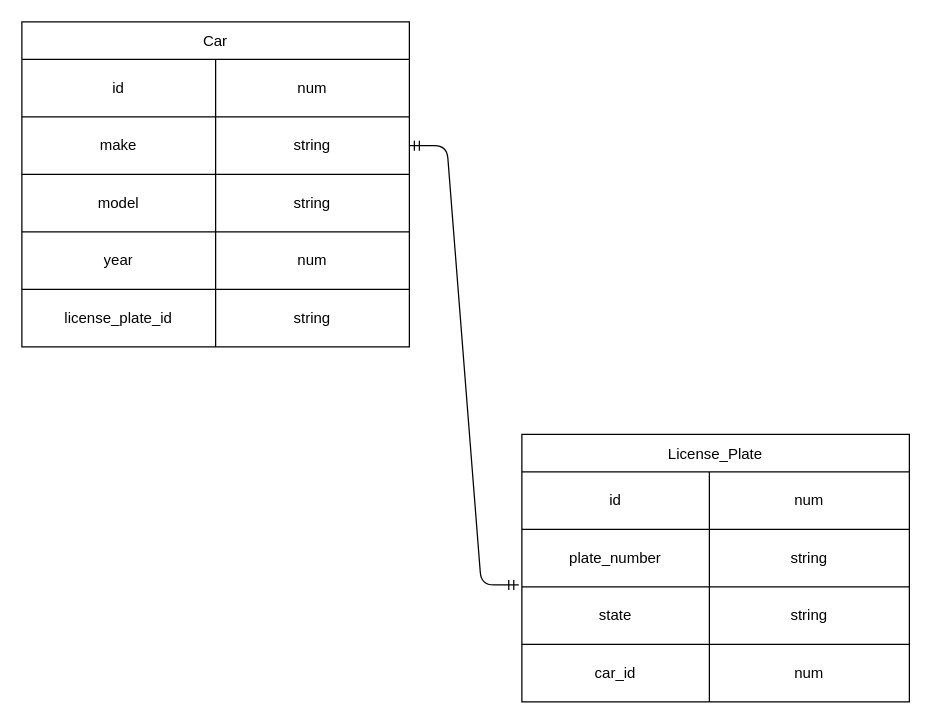
Before: exercises/class-6/Exercise-1.3.drawio in MichaelAI0/CodeLabs_Backend_Exercise_Notes_2023, a draw.io diagram. Source tidied: cells renumbered, new cells numbered last; positions are measured from the earlier drawing's top-left corner, leaving out a move shared by most shapes. Both pictures are drawn from the tidied source at 125%, with x=0, y=0 at pixel (21, 21).
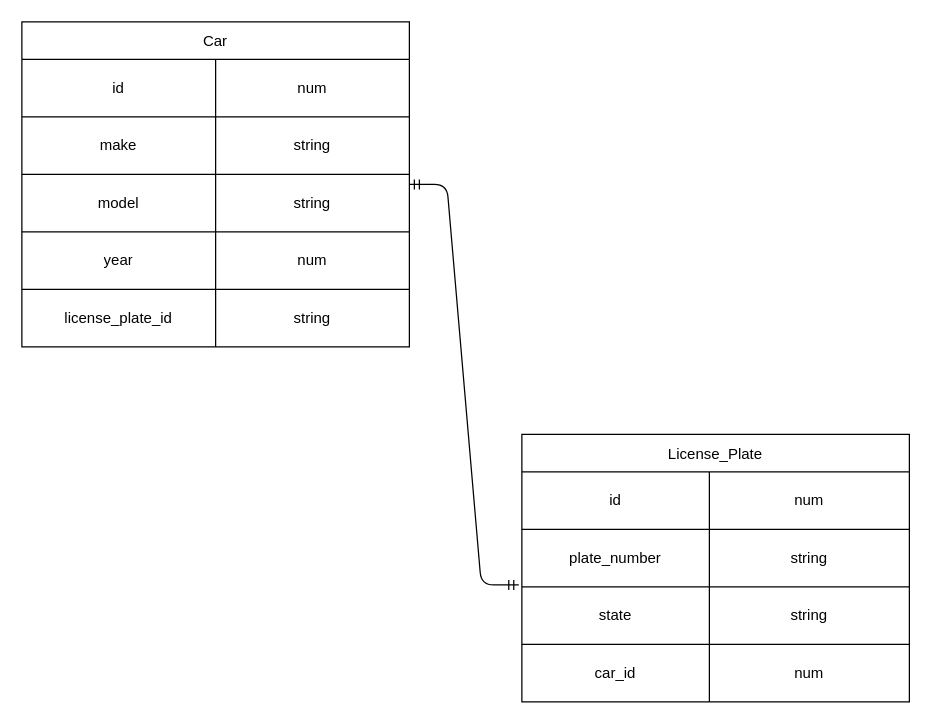
The same page after the edit.

Unchanged cells that the change refers to:
```xml
<mxCell id="2" value="Car" style="shape=table;startSize=30;childLayout=tableLayout;" parent="1" vertex="1">
  <mxGeometry width="310" height="260" as="geometry" />
</mxCell>
<mxCell id="6" style="shape=tableRow;horizontal=0;startSize=0;swimlaneHead=0;swimlaneBody=0;top=0;left=0;bottom=0;right=0;fillColor=none;points=[[0,0.5],[1,0.5]];portConstraint=eastwest;" parent="2" vertex="1">
  <mxGeometry y="76" width="310" height="46" as="geometry" />
</mxCell>
<mxCell id="22" style="shape=tableRow;horizontal=0;startSize=0;swimlaneHead=0;swimlaneBody=0;top=0;left=0;bottom=0;right=0;fillColor=none;points=[[0,0.5],[1,0.5]];portConstraint=eastwest;" parent="18" vertex="1">
  <mxGeometry y="76" width="310" height="46" as="geometry" />
</mxCell>
```

Change to the diagram source:
```diff
@@
-    <mxCell id="31" style="edgeStyle=entityRelationEdgeStyle;fontSize=12;html=1;endArrow=ERmandOne;startArrow=ERmandOne;entryX=1;entryY=0.5;entryDx=0;entryDy=0;exitX=-0.008;exitY=0.966;exitDx=0;exitDy=0;exitPerimeter=0;" parent="1" edge="1" source="22" target="6">
+    <mxCell id="31" style="edgeStyle=entityRelationEdgeStyle;fontSize=12;html=1;endArrow=ERmandOne;startArrow=ERmandOne;exitX=-0.008;exitY=0.966;exitDx=0;exitDy=0;exitPerimeter=0;" parent="1" edge="1" source="22" target="2">
       <mxGeometry relative="1" as="geometry" />
     </mxCell>
```
